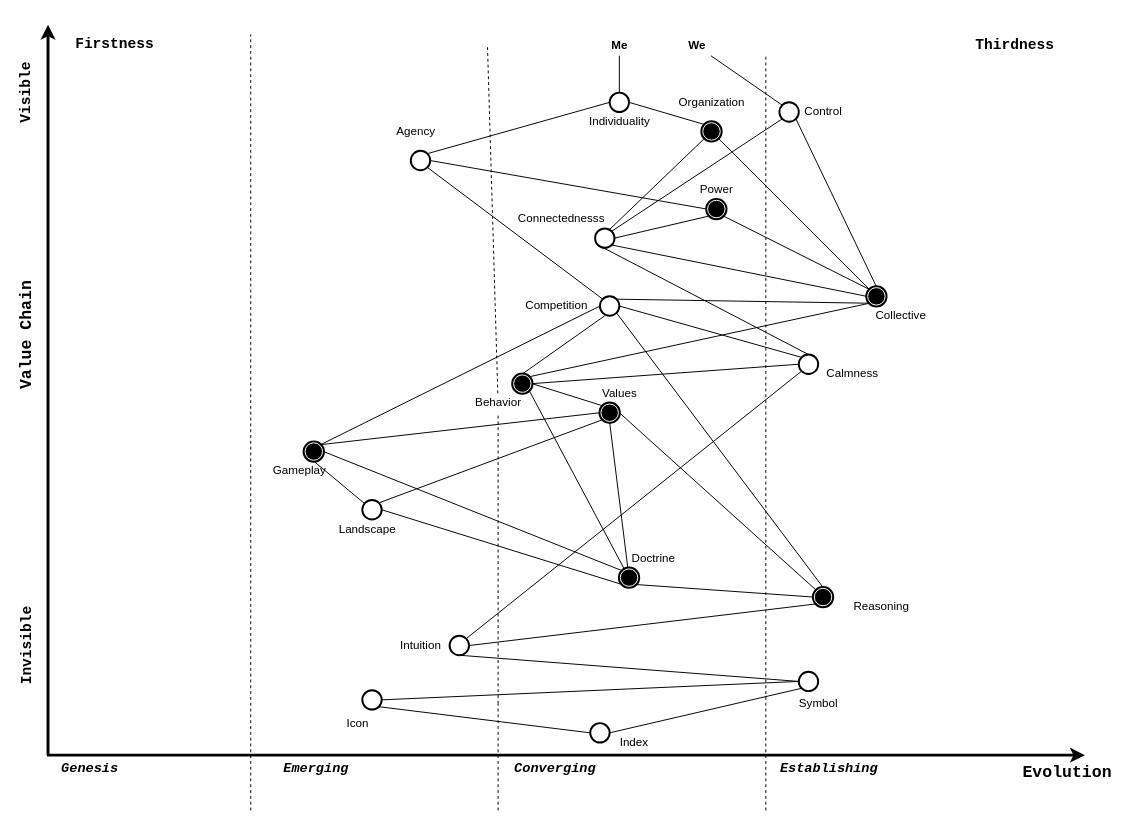
codeaudit/1 keeps this draw.io diagram as wardley_triadic_map.drawio. Above is the earlier version. Source tidied: cells renumbered, new cells numbered last; positions are measured from the earlier drawing's top-left corner, leaving out a move shared by most shapes. Both pictures are drawn from the tidied source at 97%, with x=0, y=0 at pixel (-36, 24).
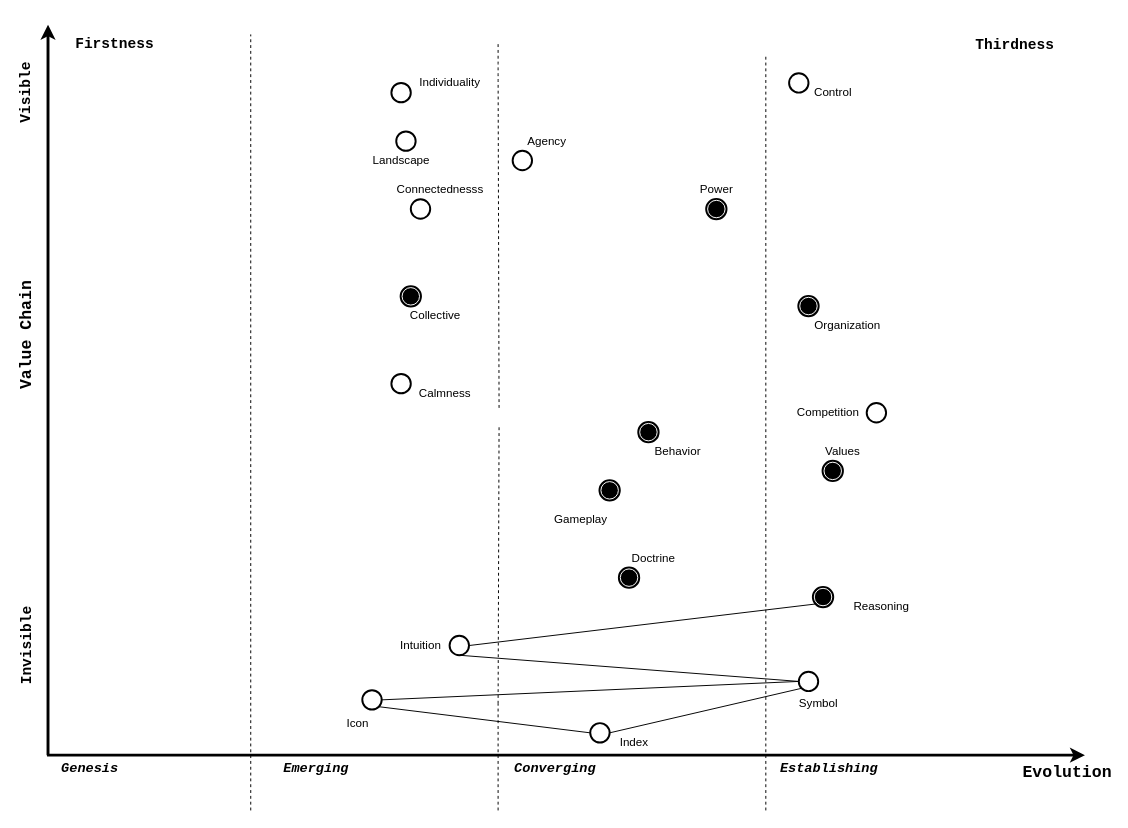
The same diagram, later.

Unchanged cells that the change refers to:
```xml
<mxCell id="26" style="shape=mxgraph.bpmn.shape;html=1;verticalLabelPosition=bottom;labelBackgroundColor=#ffffff;verticalAlign=top;align=center;perimeter=ellipsePerimeter;outlineConnect=0;outline=end;symbol=terminate;rotation=0;fontStyle=1;" parent="1" vertex="1">
  <mxGeometry x="765" y="180" width="20" height="20" as="geometry" />
</mxCell>
<mxCell id="37" style="shape=mxgraph.bpmn.shape;html=1;verticalLabelPosition=bottom;labelBackgroundColor=#ffffff;verticalAlign=top;align=center;perimeter=ellipsePerimeter;outlineConnect=0;outline=end;symbol=terminate;rotation=0;fontStyle=1;" parent="1" vertex="1">
  <mxGeometry x="675" y="560" width="20" height="20" as="geometry" />
</mxCell>
<mxCell id="38" value="Doctrine" style="text;html=1;align=center;verticalAlign=middle;points=[];" parent="1" vertex="1">
  <mxGeometry x="680" y="540" width="60" height="20" as="geometry" />
</mxCell>
<mxCell id="39" style="ellipse;whiteSpace=wrap;html=1;strokeColor=#000000;fillColor=#ffffff;fontFamily=Helvetica;fontSize=13;align=center;strokeWidth=2;" parent="1" vertex="1">
  <mxGeometry x="500" y="630" width="20" height="20" as="geometry" />
</mxCell>
<mxCell id="47" style="shape=mxgraph.bpmn.shape;html=1;verticalLabelPosition=bottom;labelBackgroundColor=#ffffff;verticalAlign=top;align=center;perimeter=ellipsePerimeter;outlineConnect=0;outline=end;symbol=terminate;rotation=0;fontStyle=1;" parent="1" vertex="1">
  <mxGeometry x="875" y="580" width="20" height="20" as="geometry" />
</mxCell>
```

Diff of the diagram source:
```diff
@@
-    <mxCell id="3" style="endArrow=none;dashed=1;html=1;strokeWidth=1;fontSize=26;strokeColor=#000000;" parent="1" edge="1" source="88">
+    <mxCell id="3" style="endArrow=none;dashed=1;html=1;strokeWidth=1;fontSize=26;strokeColor=#000000;" parent="1" edge="1">
       <mxGeometry relative="1" as="geometry">
-        <mxPoint x="539" y="20" as="targetPoint" />
+        <mxPoint x="551" y="395" as="sourcePoint" />
+        <mxPoint x="550" y="20" as="targetPoint" />
+        <Array as="points">
+          <mxPoint x="550" y="50" />
+        </Array>
       </mxGeometry>
     </mxCell>
@@
     <mxCell id="17" style="ellipse;whiteSpace=wrap;html=1;strokeColor=#000000;fillColor=#ffffff;fontFamily=Helvetica;fontSize=13;align=center;strokeWidth=2;" parent="1" vertex="1">
-      <mxGeometry x="840" y="80" width="20" height="20" as="geometry" />
+      <mxGeometry x="850" y="50" width="20" height="20" as="geometry" />
     </mxCell>
     <mxCell id="18" value="Control" style="text;html=1;align=center;verticalAlign=middle;" parent="1" vertex="1">
-      <mxGeometry x="860" y="80" width="50" height="20" as="geometry" />
+      <mxGeometry x="870" y="60" width="50" height="20" as="geometry" />
     </mxCell>
     <mxCell id="19" style="ellipse;whiteSpace=wrap;html=1;strokeColor=#000000;fillColor=#ffffff;fontFamily=Helvetica;fontSize=13;align=center;strokeWidth=2;" parent="1" vertex="1">
-      <mxGeometry x="665" y="70" width="20" height="20" as="geometry" />
+      <mxGeometry x="440" y="60" width="20" height="20" as="geometry" />
     </mxCell>
     <mxCell id="20" value="Individuality" style="text;html=1;align=center;verticalAlign=middle;" parent="1" vertex="1">
-      <mxGeometry x="635" y="90" width="80" height="20" as="geometry" />
+      <mxGeometry x="460" y="50" width="80" height="20" as="geometry" />
     </mxCell>
-    <mxCell id="21" value="Agency" style="text;html=1;align=center;verticalAlign=middle;" parent="1" vertex="1">
-      <mxGeometry x="435" y="100" width="60" height="20" as="geometry" />
+    <mxCell id="21" value="Agency" style="text;html=1;align=center;verticalAlign=middle;rotation=0;" parent="1" vertex="1">
+      <mxGeometry x="570" y="110" width="60" height="20" as="geometry" />
     </mxCell>
     <mxCell id="22" style="ellipse;whiteSpace=wrap;html=1;strokeColor=#000000;fillColor=#ffffff;fontFamily=Helvetica;fontSize=13;align=center;strokeWidth=2;" parent="1" vertex="1">
-      <mxGeometry x="650" y="210" width="20" height="20" as="geometry" />
+      <mxGeometry x="460" y="180" width="20" height="20" as="geometry" />
     </mxCell>
     <mxCell id="23" value="Connectednesss" style="text;html=1;align=center;verticalAlign=middle;points=[];" parent="1" vertex="1">
-      <mxGeometry x="565" y="190" width="100" height="20" as="geometry" />
+      <mxGeometry x="440" y="160" width="100" height="20" as="geometry" />
     </mxCell>
     <mxCell id="24" style="shape=mxgraph.bpmn.shape;html=1;verticalLabelPosition=bottom;labelBackgroundColor=#ffffff;verticalAlign=top;align=center;perimeter=ellipsePerimeter;outlineConnect=0;outline=end;symbol=terminate;rotation=0;fontStyle=1;" parent="1" vertex="1">
-      <mxGeometry x="930" y="270" width="20" height="20" as="geometry" />
+      <mxGeometry x="450" y="270" width="20" height="20" as="geometry" />
     </mxCell>
     <mxCell id="25" value="Collective" style="text;html=1;align=center;verticalAlign=middle;" parent="1" vertex="1">
-      <mxGeometry x="930" y="290" width="70" height="20" as="geometry" />
+      <mxGeometry x="450" y="290" width="70" height="20" as="geometry" />
     </mxCell>
@@
     <mxCell id="28" style="ellipse;whiteSpace=wrap;html=1;strokeColor=#000000;fillColor=#ffffff;fontFamily=Helvetica;fontSize=13;align=center;strokeWidth=2;" parent="1" vertex="1">
-      <mxGeometry x="860" y="340" width="20" height="20" as="geometry" />
+      <mxGeometry x="440" y="360" width="20" height="20" as="geometry" />
     </mxCell>
     <mxCell id="29" value="Calmness" style="text;html=1;align=center;verticalAlign=middle;" parent="1" vertex="1">
-      <mxGeometry x="880" y="350" width="70" height="20" as="geometry" />
+      <mxGeometry x="460" y="370" width="70" height="20" as="geometry" />
     </mxCell>
     <mxCell id="30" style="ellipse;whiteSpace=wrap;html=1;strokeColor=#000000;fillColor=#ffffff;fontFamily=Helvetica;fontSize=13;align=center;strokeWidth=2;" parent="1" vertex="1">
-      <mxGeometry x="655" y="280" width="20" height="20" as="geometry" />
+      <mxGeometry x="930" y="390" width="20" height="20" as="geometry" />
     </mxCell>
     <mxCell id="31" value="Competition" style="text;html=1;align=center;verticalAlign=middle;" parent="1" vertex="1">
-      <mxGeometry x="570" y="280" width="80" height="20" as="geometry" />
+      <mxGeometry x="850" y="390" width="80" height="20" as="geometry" />
     </mxCell>
     <mxCell id="32" value="Values" style="text;html=1;align=center;verticalAlign=middle;" parent="1" vertex="1">
-      <mxGeometry x="650" y="370" width="50" height="20" as="geometry" />
+      <mxGeometry x="880" y="430" width="50" height="20" as="geometry" />
     </mxCell>
     <mxCell id="33" style="shape=mxgraph.bpmn.shape;html=1;verticalLabelPosition=bottom;labelBackgroundColor=#ffffff;verticalAlign=top;align=center;perimeter=ellipsePerimeter;outlineConnect=0;outline=end;symbol=terminate;rotation=0;fontStyle=1;" parent="1" vertex="1">
-      <mxGeometry x="565" y="360" width="20" height="20" as="geometry" />
+      <mxGeometry x="695" y="410" width="20" height="20" as="geometry" />
     </mxCell>
     <mxCell id="34" style="shape=mxgraph.bpmn.shape;html=1;verticalLabelPosition=bottom;labelBackgroundColor=#ffffff;verticalAlign=top;align=center;perimeter=ellipsePerimeter;outlineConnect=0;outline=end;symbol=terminate;rotation=0;fontStyle=1;" parent="1" vertex="1">
-      <mxGeometry x="655" y="390" width="20" height="20" as="geometry" />
+      <mxGeometry x="885" y="450" width="20" height="20" as="geometry" />
     </mxCell>
     <mxCell id="35" style="shape=mxgraph.bpmn.shape;html=1;verticalLabelPosition=bottom;labelBackgroundColor=#ffffff;verticalAlign=top;align=center;perimeter=ellipsePerimeter;outlineConnect=0;outline=end;symbol=terminate;rotation=0;fontStyle=1;" parent="1" vertex="1">
-      <mxGeometry x="350" y="430" width="20" height="20" as="geometry" />
+      <mxGeometry x="655" y="470" width="20" height="20" as="geometry" />
     </mxCell>
     <mxCell id="36" value="Gameplay" style="text;html=1;align=center;verticalAlign=middle;" parent="1" vertex="1">
-      <mxGeometry x="310" y="450" width="70" height="20" as="geometry" />
+      <mxGeometry x="600" y="500" width="70" height="20" as="geometry" />
     </mxCell>
@@
     <mxCell id="42" value="Landscape" style="text;html=1;align=center;verticalAlign=middle;" parent="1" vertex="1">
-      <mxGeometry x="380" y="510" width="70" height="20" as="geometry" />
+      <mxGeometry x="415" y="130" width="70" height="20" as="geometry" />
     </mxCell>
@@
-    <mxCell id="49" style="endArrow=none;html=1;strokeColor=#000000;strokeWidth=1;fontFamily=Courier New;fontSize=14;fontColor=#000000;entryX=1;entryY=0.5;entryDx=0;entryDy=0;exitX=0.145;exitY=0.145;exitDx=0;exitDy=0;exitPerimeter=0;" parent="1" edge="1" source="47" target="34">
-      <mxGeometry relative="1" as="geometry" />
-    </mxCell>
-    <mxCell id="50" style="endArrow=none;html=1;strokeColor=#000000;strokeWidth=1;fontFamily=Courier New;fontSize=14;fontColor=#000000;entryX=0.5;entryY=1;entryDx=0;entryDy=0;" parent="1" edge="1" source="37" target="34">
-      <mxGeometry relative="1" as="geometry" />
-    </mxCell>
-    <mxCell id="51" style="endArrow=none;html=1;strokeColor=#000000;strokeWidth=1;fontFamily=Courier New;fontSize=14;fontColor=#000000;entryX=1;entryY=0.5;entryDx=0;entryDy=0;exitX=0.145;exitY=0.145;exitDx=0;exitDy=0;exitPerimeter=0;" parent="1" edge="1" source="37" target="35">
-      <mxGeometry relative="1" as="geometry" />
-    </mxCell>
-    <mxCell id="52" style="endArrow=none;html=1;strokeColor=#000000;strokeWidth=1;fontFamily=Courier New;fontSize=14;fontColor=#000000;exitX=0.855;exitY=0.145;exitDx=0;exitDy=0;exitPerimeter=0;entryX=0;entryY=0.5;entryDx=0;entryDy=0;" parent="1" edge="1" source="35" target="30">
-      <mxGeometry relative="1" as="geometry" />
-    </mxCell>
-    <mxCell id="53" style="endArrow=none;html=1;strokeColor=#000000;strokeWidth=1;fontFamily=Courier New;fontSize=14;fontColor=#000000;entryX=1;entryY=1;entryDx=0;entryDy=0;exitX=0.5;exitY=0;exitDx=0;exitDy=0;" parent="1" edge="1" source="47" target="30">
-      <mxGeometry relative="1" as="geometry" />
-    </mxCell>
-    <mxCell id="54" style="endArrow=none;html=1;strokeColor=#000000;strokeWidth=1;fontFamily=Courier New;fontSize=14;fontColor=#000000;exitX=0.5;exitY=0;exitDx=0;exitDy=0;" parent="1" edge="1" source="33">
-      <mxGeometry relative="1" as="geometry">
-        <mxPoint x="660" y="300" as="targetPoint" />
-      </mxGeometry>
-    </mxCell>
-    <mxCell id="55" style="endArrow=none;html=1;strokeColor=#000000;strokeWidth=1;fontFamily=Courier New;fontSize=14;fontColor=#000000;entryX=0.855;entryY=0.855;entryDx=0;entryDy=0;entryPerimeter=0;exitX=0;exitY=0.5;exitDx=0;exitDy=0;" parent="1" edge="1" source="47" target="37">
-      <mxGeometry relative="1" as="geometry" />
-    </mxCell>
-    <mxCell id="56" style="endArrow=none;html=1;strokeColor=#000000;strokeWidth=1;fontFamily=Courier New;fontSize=14;fontColor=#000000;entryX=0;entryY=1;entryDx=0;entryDy=0;exitX=1;exitY=0;exitDx=0;exitDy=0;" parent="1" edge="1" source="39" target="28">
-      <mxGeometry relative="1" as="geometry" />
-    </mxCell>
-    <mxCell id="57" style="endArrow=none;html=1;strokeColor=#000000;strokeWidth=1;fontFamily=Courier New;fontSize=14;fontColor=#000000;exitX=1;exitY=0.5;exitDx=0;exitDy=0;entryX=0;entryY=0.5;entryDx=0;entryDy=0;" parent="1" edge="1" source="33" target="28">
-      <mxGeometry relative="1" as="geometry" />
-    </mxCell>
-    <mxCell id="58" style="endArrow=none;html=1;strokeColor=#000000;strokeWidth=1;fontFamily=Courier New;fontSize=14;fontColor=#000000;exitX=0;exitY=0;exitDx=0;exitDy=0;entryX=1;entryY=0.5;entryDx=0;entryDy=0;" parent="1" edge="1" source="28" target="30">
-      <mxGeometry relative="1" as="geometry" />
-    </mxCell>
-    <mxCell id="59" style="endArrow=none;html=1;strokeColor=#000000;strokeWidth=1;fontFamily=Courier New;fontSize=14;fontColor=#000000;entryX=0.855;entryY=0.855;entryDx=0;entryDy=0;exitX=0.145;exitY=0.145;exitDx=0;exitDy=0;exitPerimeter=0;entryPerimeter=0;" parent="1" edge="1" source="24" target="26">
-      <mxGeometry relative="1" as="geometry" />
-    </mxCell>
-    <mxCell id="60" style="endArrow=none;html=1;strokeColor=#000000;strokeWidth=1;fontFamily=Courier New;fontSize=14;fontColor=#000000;exitX=0;exitY=0.5;exitDx=0;exitDy=0;entryX=1;entryY=0.5;entryDx=0;entryDy=0;" parent="1" edge="1" source="26" target="69">
-      <mxGeometry relative="1" as="geometry" />
-    </mxCell>
-    <mxCell id="61" style="endArrow=none;html=1;strokeColor=#000000;strokeWidth=1;fontFamily=Courier New;fontSize=14;fontColor=#000000;entryX=0;entryY=1;entryDx=0;entryDy=0;exitX=1;exitY=0;exitDx=0;exitDy=0;" parent="1" edge="1" source="22" target="17">
-      <mxGeometry relative="1" as="geometry" />
-    </mxCell>
-    <mxCell id="62" style="endArrow=none;html=1;strokeColor=#000000;strokeWidth=1;fontFamily=Courier New;fontSize=14;fontColor=#000000;entryX=1;entryY=1;entryDx=0;entryDy=0;exitX=0.5;exitY=0;exitDx=0;exitDy=0;" parent="1" edge="1" source="24" target="17">
-      <mxGeometry relative="1" as="geometry" />
-    </mxCell>
-    <mxCell id="63" style="endArrow=none;html=1;strokeColor=#000000;strokeWidth=1;fontFamily=Courier New;fontSize=14;fontColor=#000000;entryX=1;entryY=1;entryDx=0;entryDy=0;exitX=0;exitY=0.5;exitDx=0;exitDy=0;" parent="1" edge="1" source="24" target="22">
-      <mxGeometry relative="1" as="geometry" />
-    </mxCell>
-    <mxCell id="64" style="endArrow=none;html=1;strokeColor=#000000;strokeWidth=1;fontFamily=Courier New;fontSize=14;fontColor=#000000;entryX=1;entryY=0;entryDx=0;entryDy=0;exitX=0;exitY=0.5;exitDx=0;exitDy=0;" parent="1" edge="1" source="19" target="69">
-      <mxGeometry relative="1" as="geometry" />
-    </mxCell>
-    <mxCell id="65" value="&lt;b&gt;Me&lt;/b&gt;" style="text;html=1;align=center;verticalAlign=middle;points=[];" parent="1" vertex="1">
-      <mxGeometry x="660" y="12" width="30" height="20" as="geometry" />
-    </mxCell>
-    <mxCell id="66" value="&lt;b&gt;We&lt;/b&gt;" style="text;html=1;align=center;verticalAlign=middle;points=[];" parent="1" vertex="1">
-      <mxGeometry x="740" y="12" width="30" height="20" as="geometry" />
-    </mxCell>
-    <mxCell id="67" style="endArrow=none;html=1;strokeColor=#000000;strokeWidth=1;fontFamily=Courier New;fontSize=14;fontColor=#000000;exitX=0.5;exitY=0;exitDx=0;exitDy=0;" parent="1" edge="1" source="19" target="65">
-      <mxGeometry relative="1" as="geometry" />
-    </mxCell>
-    <mxCell id="68" style="endArrow=none;html=1;strokeColor=#000000;strokeWidth=1;fontFamily=Courier New;fontSize=14;fontColor=#000000;exitX=0;exitY=0;exitDx=0;exitDy=0;" parent="1" edge="1" source="17" target="66">
-      <mxGeometry relative="1" as="geometry" />
-    </mxCell>
     <mxCell id="69" style="ellipse;whiteSpace=wrap;html=1;strokeColor=#000000;fillColor=#ffffff;fontFamily=Helvetica;fontSize=13;align=center;strokeWidth=2;" parent="1" vertex="1">
-      <mxGeometry x="460" y="130" width="20" height="20" as="geometry" />
+      <mxGeometry x="565" y="130" width="20" height="20" as="geometry" />
     </mxCell>
-    <mxCell id="70" style="endArrow=none;html=1;strokeColor=#000000;strokeWidth=1;fontFamily=Courier New;fontSize=14;fontColor=#000000;exitX=0;exitY=0;exitDx=0;exitDy=0;entryX=1;entryY=1;entryDx=0;entryDy=0;" parent="1" edge="1" source="30" target="69">
-      <mxGeometry relative="1" as="geometry" />
-    </mxCell>
-    <mxCell id="71" style="endArrow=none;html=1;strokeColor=#000000;strokeWidth=1;fontFamily=Courier New;fontSize=14;fontColor=#000000;entryX=0.145;entryY=0.855;entryDx=0;entryDy=0;entryPerimeter=0;exitX=1;exitY=0;exitDx=0;exitDy=0;" parent="1" edge="1" source="30" target="24">
-      <mxGeometry relative="1" as="geometry" />
-    </mxCell>
-    <mxCell id="72" style="endArrow=none;html=1;strokeColor=#000000;strokeWidth=1;fontFamily=Courier New;fontSize=14;fontColor=#000000;entryX=0.145;entryY=0.855;entryDx=0;entryDy=0;entryPerimeter=0;exitX=1;exitY=0.5;exitDx=0;exitDy=0;" parent="1" edge="1" source="86" target="37">
-      <mxGeometry relative="1" as="geometry" />
-    </mxCell>
-    <mxCell id="73" style="endArrow=none;html=1;strokeColor=#000000;strokeWidth=1;fontFamily=Courier New;fontSize=14;fontColor=#000000;entryX=0.5;entryY=1;entryDx=0;entryDy=0;" parent="1" edge="1" source="86" target="35">
-      <mxGeometry relative="1" as="geometry" />
-    </mxCell>
-    <mxCell id="74" style="endArrow=none;html=1;strokeColor=#000000;strokeWidth=1;fontFamily=Courier New;fontSize=14;fontColor=#000000;entryX=0;entryY=0.5;entryDx=0;entryDy=0;exitX=0.855;exitY=0.145;exitDx=0;exitDy=0;exitPerimeter=0;" parent="1" edge="1" source="35" target="34">
-      <mxGeometry relative="1" as="geometry" />
-    </mxCell>
-    <mxCell id="75" style="endArrow=none;html=1;strokeColor=#000000;strokeWidth=1;fontFamily=Courier New;fontSize=14;fontColor=#000000;entryX=1;entryY=0.5;entryDx=0;entryDy=0;exitX=0.145;exitY=0.145;exitDx=0;exitDy=0;exitPerimeter=0;" parent="1" edge="1" source="34" target="33">
-      <mxGeometry relative="1" as="geometry" />
-    </mxCell>
@@
-    <mxCell id="82" style="endArrow=none;html=1;strokeColor=#000000;strokeWidth=1;fontFamily=Courier New;fontSize=14;fontColor=#000000;exitX=0.855;exitY=0.145;exitDx=0;exitDy=0;exitPerimeter=0;entryX=0.145;entryY=0.855;entryDx=0;entryDy=0;entryPerimeter=0;" parent="1" edge="1" source="33" target="24">
-      <mxGeometry relative="1" as="geometry" />
-    </mxCell>
-    <mxCell id="83" style="endArrow=none;html=1;strokeColor=#000000;strokeWidth=1;fontFamily=Courier New;fontSize=14;fontColor=#000000;entryX=0;entryY=1;entryDx=0;entryDy=0;exitX=0.5;exitY=0;exitDx=0;exitDy=0;" parent="1" edge="1" source="28" target="22">
-      <mxGeometry relative="1" as="geometry" />
-    </mxCell>
-    <mxCell id="84" style="endArrow=none;html=1;strokeColor=#000000;strokeWidth=1;fontFamily=Courier New;fontSize=14;fontColor=#000000;entryX=0.145;entryY=0.855;entryDx=0;entryDy=0;entryPerimeter=0;exitX=1;exitY=0.5;exitDx=0;exitDy=0;" parent="1" edge="1" source="22" target="26">
-      <mxGeometry relative="1" as="geometry" />
-    </mxCell>
-    <mxCell id="85" style="endArrow=none;html=1;strokeColor=#000000;strokeWidth=1;fontFamily=Courier New;fontSize=14;fontColor=#000000;entryX=0.145;entryY=0.855;entryDx=0;entryDy=0;entryPerimeter=0;exitX=1;exitY=0;exitDx=0;exitDy=0;" parent="1" edge="1" source="86" target="34">
-      <mxGeometry relative="1" as="geometry" />
-    </mxCell>
     <mxCell id="86" style="ellipse;whiteSpace=wrap;html=1;strokeColor=#000000;fillColor=#ffffff;fontFamily=Helvetica;fontSize=13;align=center;strokeWidth=2;" parent="1" vertex="1">
-      <mxGeometry x="410" y="490" width="20" height="20" as="geometry" />
+      <mxGeometry x="445" y="110" width="20" height="20" as="geometry" />
     </mxCell>
-    <mxCell id="87" style="endArrow=none;html=1;strokeColor=#000000;strokeWidth=1;fontFamily=Courier New;fontSize=14;fontColor=#000000;entryX=0.855;entryY=0.855;entryDx=0;entryDy=0;entryPerimeter=0;exitX=0;exitY=1.05;exitDx=0;exitDy=0;exitPerimeter=0;" parent="1" edge="1" source="38" target="33">
-      <mxGeometry relative="1" as="geometry" />
-    </mxCell>
-    <mxCell id="88" value="Behavior" style="text;html=1;align=center;verticalAlign=middle;points=[];" parent="1" vertex="1">
-      <mxGeometry x="520" y="380" width="60" height="20" as="geometry" />
-    </mxCell>
-    <mxCell id="89" style="endArrow=none;dashed=1;html=1;strokeWidth=1;fontSize=26;strokeColor=#000000;" parent="1" edge="1" target="88">
+    <mxCell id="89" style="endArrow=none;dashed=1;html=1;strokeWidth=1;fontSize=26;strokeColor=#000000;" parent="1" edge="1">
       <mxGeometry relative="1" as="geometry">
         <mxPoint x="550" y="700" as="sourcePoint" />
+        <mxPoint x="551" y="415" as="targetPoint" />
       </mxGeometry>
     </mxCell>
     <mxCell id="90" style="shape=mxgraph.bpmn.shape;html=1;verticalLabelPosition=bottom;labelBackgroundColor=#ffffff;verticalAlign=top;align=center;perimeter=ellipsePerimeter;outlineConnect=0;outline=end;symbol=terminate;rotation=0;fontStyle=1;" parent="1" vertex="1">
-      <mxGeometry x="760" y="100" width="20" height="20" as="geometry" />
+      <mxGeometry x="860" y="280" width="20" height="20" as="geometry" />
     </mxCell>
-    <mxCell id="91" style="endArrow=none;html=1;strokeColor=#000000;strokeWidth=1;fontFamily=Courier New;fontSize=14;fontColor=#000000;entryX=1;entryY=0.5;entryDx=0;entryDy=0;exitX=0.145;exitY=0.145;exitDx=0;exitDy=0;exitPerimeter=0;" parent="1" edge="1" source="90" target="19">
-      <mxGeometry relative="1" as="geometry" />
-    </mxCell>
-    <mxCell id="92" style="endArrow=none;html=1;strokeColor=#000000;strokeWidth=1;fontFamily=Courier New;fontSize=14;fontColor=#000000;entryX=0.145;entryY=0.855;entryDx=0;entryDy=0;entryPerimeter=0;exitX=0.99;exitY=1.1;exitDx=0;exitDy=0;exitPerimeter=0;" parent="1" edge="1" source="23" target="90">
-      <mxGeometry relative="1" as="geometry" />
-    </mxCell>
-    <mxCell id="93" style="endArrow=none;html=1;strokeColor=#000000;strokeWidth=1;fontFamily=Courier New;fontSize=14;fontColor=#000000;entryX=0.855;entryY=0.855;entryDx=0;entryDy=0;entryPerimeter=0;exitX=0.145;exitY=0.145;exitDx=0;exitDy=0;exitPerimeter=0;" parent="1" edge="1" source="24" target="90">
-      <mxGeometry relative="1" as="geometry" />
-    </mxCell>
     <mxCell id="94" value="Organization" style="text;html=1;align=center;verticalAlign=middle;" parent="1" vertex="1">
-      <mxGeometry x="730" y="70" width="80" height="20" as="geometry" />
+      <mxGeometry x="870" y="300" width="80" height="20" as="geometry" />
     </mxCell>
@@
+    <mxCell id="88" value="Behavior" style="text;html=1;align=center;verticalAlign=middle;points=[];" parent="1" vertex="1">
+      <mxGeometry x="705" y="430" width="60" height="20" as="geometry" />
+    </mxCell>
```
